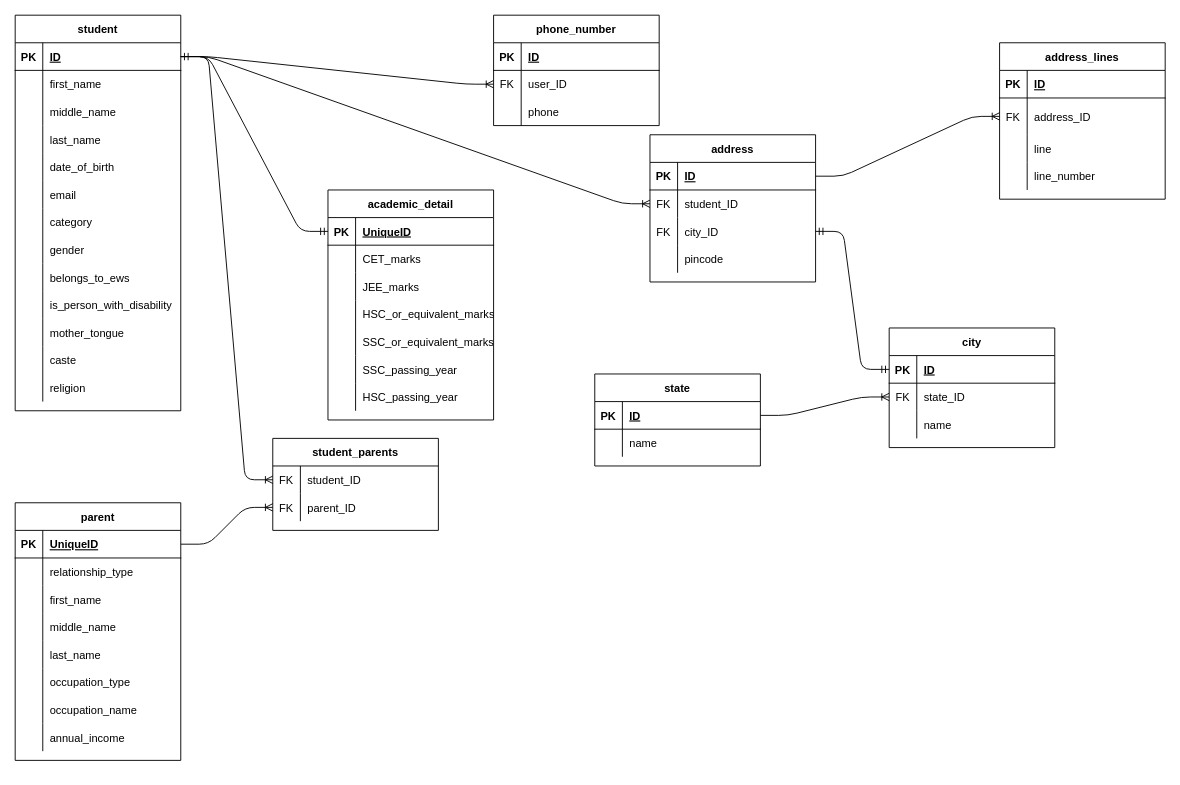
EquipstatTSEC/student-admission-system keeps this draw.io diagram as DatabaseDiagram.drawio. Above is the earlier version. Source tidied: cells renumbered, new cells numbered last; positions are measured from the earlier drawing's top-left corner, leaving out a move shared by most shapes. Both pictures are drawn from the tidied source at 92%, with x=0, y=0 at pixel (15, 15).
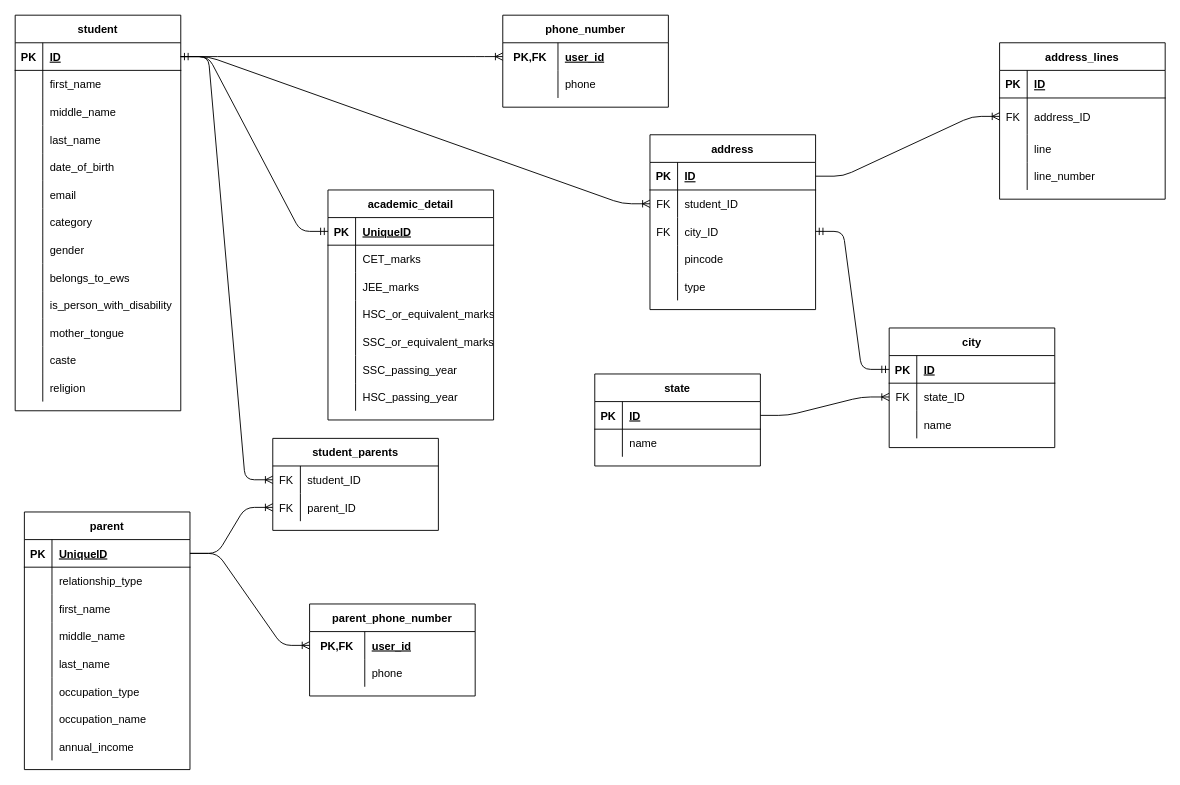
Above is the later version.

Commit message:
:card_file_box: chore: update database ER diagram

The change refers to these unchanged cells:
```xml
<mxCell id="3" style="shape=partialRectangle;fillColor=none;top=0;left=0;bottom=1;right=0;points=[[0,0.5],[1,0.5]];portConstraint=eastwest;" parent="2" vertex="1">
  <mxGeometry y="30" width="180" height="30" as="geometry" />
</mxCell>
<mxCell id="102" style="shape=partialRectangle;fillColor=none;top=0;left=0;bottom=1;right=0;points=[[0,0.5],[1,0.5]];portConstraint=eastwest;" parent="101" vertex="1">
  <mxGeometry y="30" width="180" height="30" as="geometry" />
</mxCell>
```

Diff of the diagram source:
```diff
@@
-    <mxCell id="42" value="phone_number" style="shape=table;startSize=30;childLayout=tableLayout;rowLines=0;fontStyle=1;align=center;" parent="1" vertex="1">
-      <mxGeometry x="520" width="180" height="120" as="geometry" />
-    </mxCell>
-    <mxCell id="43" style="shape=partialRectangle;fillColor=none;top=0;left=0;bottom=1;right=0;" parent="42" vertex="1">
-      <mxGeometry y="30" width="180" height="30" as="geometry" />
-    </mxCell>
-    <mxCell id="44" value="PK" style="shape=partialRectangle;fillColor=none;top=0;left=0;bottom=0;right=0;fontStyle=1;overflow=hidden;" parent="43" vertex="1">
-      <mxGeometry width="30" height="30" as="geometry" />
-    </mxCell>
-    <mxCell id="45" value="ID" style="shape=partialRectangle;fillColor=none;top=0;left=0;bottom=0;right=0;align=left;spacingLeft=6;fontStyle=5;overflow=hidden;" parent="43" vertex="1">
-      <mxGeometry x="30" width="150" height="30" as="geometry" />
-    </mxCell>
-    <mxCell id="46" style="shape=partialRectangle;fillColor=none;top=0;left=0;bottom=0;right=0;points=[[0,0.5],[1,0.5]];portConstraint=eastwest;" parent="42" vertex="1">
-      <mxGeometry y="60" width="180" height="30" as="geometry" />
-    </mxCell>
-    <mxCell id="47" value="FK" style="shape=partialRectangle;fillColor=none;top=0;left=0;bottom=0;right=0;fontStyle=0;overflow=hidden;" parent="46" vertex="1">
-      <mxGeometry width="30" height="30" as="geometry" />
-    </mxCell>
-    <mxCell id="48" value="user_ID" style="shape=partialRectangle;fillColor=none;top=0;left=0;bottom=0;right=0;align=left;spacingLeft=6;fontStyle=0;overflow=hidden;" parent="46" vertex="1">
-      <mxGeometry x="30" width="150" height="30" as="geometry" />
-    </mxCell>
-    <mxCell id="49" style="shape=partialRectangle;fillColor=none;top=0;left=0;bottom=0;right=0;" parent="42" vertex="1">
-      <mxGeometry y="90" width="180" height="30" as="geometry" />
-    </mxCell>
-    <mxCell id="50" style="shape=partialRectangle;fillColor=none;top=0;left=0;bottom=0;right=0;overflow=hidden;" parent="49" vertex="1">
-      <mxGeometry width="30" height="30" as="geometry" />
-    </mxCell>
-    <mxCell id="51" value="phone" style="shape=partialRectangle;fillColor=none;top=0;left=0;bottom=0;right=0;align=left;spacingLeft=6;overflow=hidden;" parent="49" vertex="1">
-      <mxGeometry x="30" width="150" height="30" as="geometry" />
-    </mxCell>
     <mxCell id="52" value="address" style="shape=table;startSize=30;childLayout=tableLayout;rowLines=0;fontStyle=1;align=center;" parent="1" vertex="1">
-      <mxGeometry x="690" y="130" width="180" height="160" as="geometry" />
+      <mxGeometry x="690" y="130" width="180" height="190" as="geometry" />
     </mxCell>
@@
+    <mxCell id="157" style="shape=partialRectangle;fillColor=none;top=0;left=0;bottom=0;right=0;" parent="52" vertex="1">
+      <mxGeometry y="150" width="180" height="30" as="geometry" />
+    </mxCell>
+    <mxCell id="50" style="shape=partialRectangle;fillColor=none;top=0;left=0;bottom=0;right=0;overflow=hidden;" parent="157" vertex="1">
+      <mxGeometry width="30" height="30" as="geometry" />
+    </mxCell>
+    <mxCell id="158" value="type" style="shape=partialRectangle;fillColor=none;top=0;left=0;bottom=0;right=0;align=left;spacingLeft=6;overflow=hidden;" parent="157" vertex="1">
+      <mxGeometry x="30" width="150" height="30" as="geometry" />
+    </mxCell>
@@
-    <mxCell id="78" style="edgeStyle=entityRelationEdgeStyle;fontSize=12;html=1;endArrow=ERoneToMany;exitX=1;exitY=0.5;exitDx=0;exitDy=0;entryX=0;entryY=0.5;entryDx=0;entryDy=0;" parent="1" edge="1" source="3" target="46">
+    <mxCell id="78" style="edgeStyle=entityRelationEdgeStyle;fontSize=12;html=1;endArrow=ERoneToMany;exitX=1;exitY=0.5;exitDx=0;exitDy=0;entryX=0;entryY=0.5;entryDx=0;entryDy=0;" parent="1" edge="1" source="3" target="159">
       <mxGeometry relative="1" as="geometry" />
     </mxCell>
@@
     <mxCell id="101" value="parent" style="shape=table;startSize=30;childLayout=tableLayout;rowLines=0;fontStyle=1;align=center;" parent="1" vertex="1">
-      <mxGeometry y="530" width="180" height="280" as="geometry" />
+      <mxGeometry x="10" y="540" width="180" height="280" as="geometry" />
     </mxCell>
@@
+    <mxCell id="42" value="phone_number" style="shape=table;startSize=30;childLayout=tableLayout;rowLines=0;fontStyle=1;align=center;" parent="1" vertex="1">
+      <mxGeometry x="530" width="180" height="100" as="geometry" />
+    </mxCell>
+    <mxCell id="159" style="shape=partialRectangle;fillColor=none;top=0;left=0;bottom=0;right=0;points=[[0,0.5],[1,0.5]];portConstraint=eastwest;" parent="42" vertex="1">
+      <mxGeometry y="30" width="180" height="30" as="geometry" />
+    </mxCell>
+    <mxCell id="160" value="PK,FK" style="shape=partialRectangle;fillColor=none;top=0;left=0;bottom=0;right=0;fontStyle=1;overflow=hidden;" parent="159" vertex="1">
+      <mxGeometry width="60" height="30" as="geometry" />
+    </mxCell>
+    <mxCell id="161" value="user_id" style="shape=partialRectangle;fillColor=none;top=0;left=0;bottom=0;right=0;align=left;spacingLeft=6;fontStyle=5;overflow=hidden;" parent="159" vertex="1">
+      <mxGeometry x="60" width="120" height="30" as="geometry" />
+    </mxCell>
+    <mxCell id="162" style="shape=partialRectangle;fillColor=none;top=0;left=0;bottom=0;right=0;" parent="42" vertex="1">
+      <mxGeometry y="60" width="180" height="30" as="geometry" />
+    </mxCell>
+    <mxCell id="163" style="shape=partialRectangle;fillColor=none;top=0;left=0;bottom=0;right=0;overflow=hidden;" parent="162" vertex="1">
+      <mxGeometry width="60" height="30" as="geometry" />
+    </mxCell>
+    <mxCell id="164" value="phone" style="shape=partialRectangle;fillColor=none;top=0;left=0;bottom=0;right=0;align=left;spacingLeft=6;overflow=hidden;" parent="162" vertex="1">
+      <mxGeometry x="60" width="120" height="30" as="geometry" />
+    </mxCell>
+    <mxCell id="165" value="parent_phone_number" style="shape=table;startSize=30;childLayout=tableLayout;rowLines=0;fontStyle=1;align=center;" parent="1" vertex="1">
+      <mxGeometry x="320" y="640" width="180" height="100" as="geometry" />
+    </mxCell>
+    <mxCell id="166" style="shape=partialRectangle;fillColor=none;top=0;left=0;bottom=0;right=0;points=[[0,0.5],[1,0.5]];portConstraint=eastwest;" parent="165" vertex="1">
+      <mxGeometry y="30" width="180" height="30" as="geometry" />
+    </mxCell>
+    <mxCell id="167" value="PK,FK" style="shape=partialRectangle;fillColor=none;top=0;left=0;bottom=0;right=0;fontStyle=1;overflow=hidden;" parent="166" vertex="1">
+      <mxGeometry width="60" height="30" as="geometry" />
+    </mxCell>
+    <mxCell id="168" value="user_id" style="shape=partialRectangle;fillColor=none;top=0;left=0;bottom=0;right=0;align=left;spacingLeft=6;fontStyle=5;overflow=hidden;" parent="166" vertex="1">
+      <mxGeometry x="60" width="120" height="30" as="geometry" />
+    </mxCell>
+    <mxCell id="169" style="shape=partialRectangle;fillColor=none;top=0;left=0;bottom=0;right=0;" parent="165" vertex="1">
+      <mxGeometry y="60" width="180" height="30" as="geometry" />
+    </mxCell>
+    <mxCell id="170" style="shape=partialRectangle;fillColor=none;top=0;left=0;bottom=0;right=0;overflow=hidden;" parent="169" vertex="1">
+      <mxGeometry width="60" height="30" as="geometry" />
+    </mxCell>
+    <mxCell id="171" value="phone" style="shape=partialRectangle;fillColor=none;top=0;left=0;bottom=0;right=0;align=left;spacingLeft=6;overflow=hidden;" parent="169" vertex="1">
+      <mxGeometry x="60" width="120" height="30" as="geometry" />
+    </mxCell>
+    <mxCell id="172" style="edgeStyle=entityRelationEdgeStyle;fontSize=12;html=1;endArrow=ERoneToMany;entryX=0;entryY=0.5;entryDx=0;entryDy=0;" parent="1" edge="1" source="102" target="166">
+      <mxGeometry relative="1" as="geometry" />
+    </mxCell>
```
